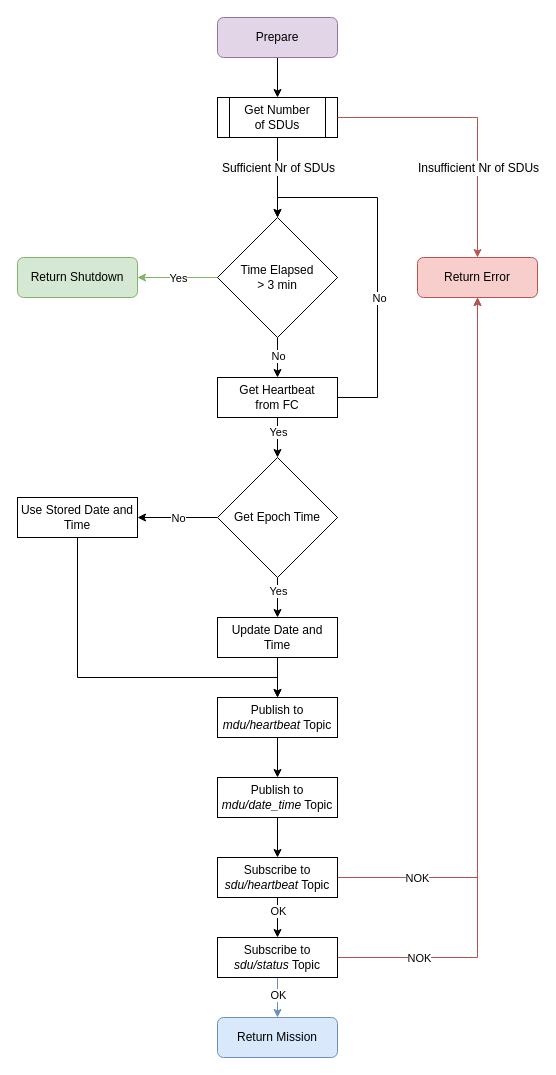
Earlier version of the draw.io diagram page "SDU_PREPARE" (7 of 10) of MESCC/2nd_year/2nd_semester/system_diagram.drawio (carlosrijo9/ISEP). Source tidied: cells renumbered, new cells numbered last; positions are measured from the earlier drawing's top-left corner, leaving out a move shared by most shapes. Both pictures are drawn from the tidied source at 100%, with x=0, y=0 at pixel (17, 17).
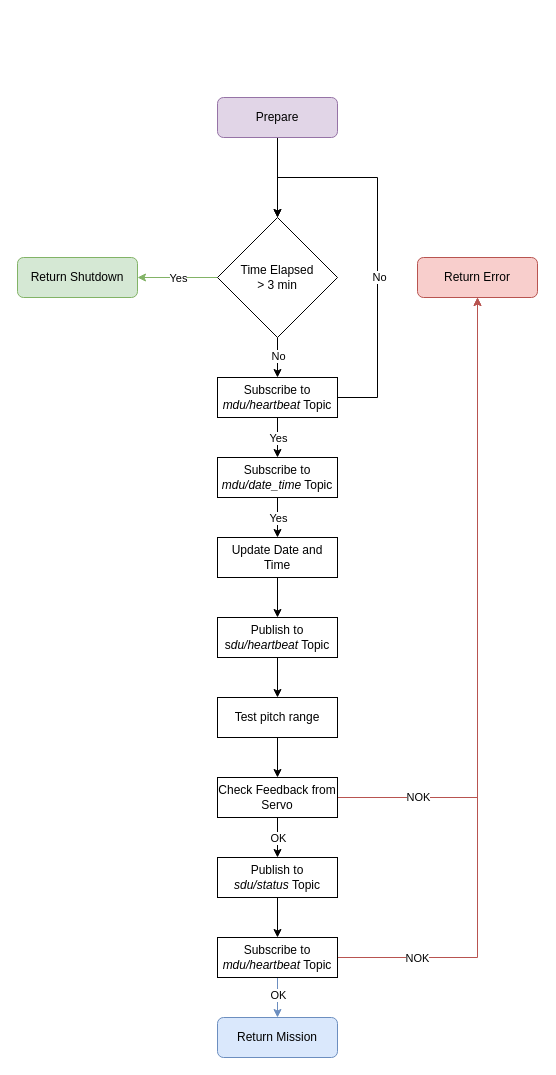
The same page after the edit.

Unchanged cells that the change refers to:
```xml
<mxCell id="4" style="edgeStyle=orthogonalEdgeStyle;rounded=0;jettySize=auto;html=1;exitX=1;exitY=0.5;exitDx=0;exitDy=0;entryX=0.5;entryY=1;entryDx=0;entryDy=0;fillColor=#f8cecc;strokeColor=#b85450;" parent="1" edge="1" source="43" target="35">
  <mxGeometry relative="1" as="geometry" />
</mxCell>
<mxCell id="15" value="&lt;div&gt;Time Elapsed&lt;/div&gt;&lt;div&gt;&amp;gt; 3 min&lt;/div&gt;" style="rhombus;whiteSpace=wrap;html=1;" parent="1" vertex="1">
  <mxGeometry x="200" y="200" width="120" height="120" as="geometry" />
</mxCell>
<mxCell id="35" value="Return Error" style="rounded=1;whiteSpace=wrap;html=1;fillColor=#f8cecc;strokeColor=#b85450;" parent="1" vertex="1">
  <mxGeometry x="400" y="240" width="120" height="40" as="geometry" />
</mxCell>
<mxCell id="36" value="Return Mission" style="rounded=1;whiteSpace=wrap;html=1;fillColor=#dae8fc;strokeColor=#6c8ebf;" parent="1" vertex="1">
  <mxGeometry x="200" y="1000" width="120" height="40" as="geometry" />
</mxCell>
```

The edit, as a diff of the source:
```diff
@@
-    <mxCell id="2" style="edgeStyle=orthogonalEdgeStyle;rounded=0;jettySize=auto;html=1;exitX=1;exitY=0.5;exitDx=0;exitDy=0;entryX=0.5;entryY=1;entryDx=0;entryDy=0;fillColor=#f8cecc;strokeColor=#b85450;" parent="1" edge="1" source="44" target="35">
-      <mxGeometry relative="1" as="geometry" />
-    </mxCell>
-    <mxCell id="3" value="NOK" style="edgeLabel;html=1;align=center;verticalAlign=middle;" parent="2" vertex="1">
-      <mxGeometry x="-0.86" y="-2" relative="1" as="geometry">
-        <mxPoint x="25" y="-2" as="offset" />
-      </mxGeometry>
-    </mxCell>
@@
     <mxCell id="5" value="NOK" style="edgeLabel;html=1;align=center;verticalAlign=middle;" parent="4" vertex="1">
       <mxGeometry x="-0.84" y="1" relative="1" as="geometry">
-        <mxPoint x="21" y="1" as="offset" />
+        <mxPoint x="15" y="1" as="offset" />
       </mxGeometry>
     </mxCell>
     <mxCell id="6" style="edgeStyle=orthogonalEdgeStyle;rounded=0;jettySize=auto;html=1;entryX=0.5;entryY=0;entryDx=0;entryDy=0;exitX=1;exitY=0.5;exitDx=0;exitDy=0;" parent="1" edge="1" source="45" target="15">
       <mxGeometry relative="1" as="geometry">
         <Array as="points">
           <mxPoint x="360" y="380" />
-          <mxPoint x="360" y="180" />
-          <mxPoint x="260" y="180" />
+          <mxPoint x="360" y="160" />
+          <mxPoint x="260" y="160" />
         </Array>
       </mxGeometry>
     </mxCell>
@@
-    <mxCell id="9" style="edgeStyle=orthogonalEdgeStyle;rounded=0;jettySize=auto;html=1;exitX=0.5;exitY=1;exitDx=0;exitDy=0;" parent="1" edge="1" source="45" target="20">
-      <mxGeometry relative="1" as="geometry" />
+    <mxCell id="9" style="edgeStyle=orthogonalEdgeStyle;rounded=0;jettySize=auto;html=1;exitX=0.5;exitY=1;exitDx=0;exitDy=0;entryX=0.5;entryY=0;entryDx=0;entryDy=0;" parent="1" edge="1" source="45" target="46">
+      <mxGeometry relative="1" as="geometry">
+        <Array as="points">
+          <mxPoint x="260" y="440" />
+          <mxPoint x="260" y="440" />
+        </Array>
+      </mxGeometry>
     </mxCell>
     <mxCell id="10" value="Yes" style="edgeLabel;html=1;align=center;verticalAlign=middle;" parent="9" vertex="1">
       <mxGeometry x="-0.45" y="1" relative="1" as="geometry">
-        <mxPoint x="-1" y="3" as="offset" />
+        <mxPoint x="-1" y="9" as="offset" />
       </mxGeometry>
     </mxCell>
@@
-    <mxCell id="16" style="edgeStyle=orthogonalEdgeStyle;rounded=0;jettySize=auto;html=1;entryX=0.5;entryY=0;entryDx=0;entryDy=0;" parent="1" edge="1" source="20" target="24">
+    <mxCell id="16" style="edgeStyle=orthogonalEdgeStyle;rounded=0;jettySize=auto;html=1;entryX=0.5;entryY=0;entryDx=0;entryDy=0;exitX=0.5;exitY=1;exitDx=0;exitDy=0;" parent="1" edge="1" source="46" target="24">
       <mxGeometry relative="1" as="geometry" />
     </mxCell>
     <mxCell id="17" value="Yes" style="edgeLabel;html=1;align=center;verticalAlign=middle;" parent="16" vertex="1">
-      <mxGeometry x="-0.35" relative="1" as="geometry" />
+      <mxGeometry x="-0.35" relative="1" as="geometry">
+        <mxPoint y="7" as="offset" />
+      </mxGeometry>
     </mxCell>
-    <mxCell id="18" style="edgeStyle=orthogonalEdgeStyle;rounded=0;jettySize=auto;html=1;" parent="1" edge="1" source="20" target="22">
-      <mxGeometry relative="1" as="geometry" />
-    </mxCell>
-    <mxCell id="19" value="No" style="edgeLabel;html=1;align=center;verticalAlign=middle;" parent="18" vertex="1">
-      <mxGeometry x="0.01" y="1" relative="1" as="geometry">
-        <mxPoint y="-1" as="offset" />
-      </mxGeometry>
-    </mxCell>
-    <mxCell id="20" value="Get Epoch Time" style="rhombus;whiteSpace=wrap;html=1;" parent="1" vertex="1">
-      <mxGeometry x="200" y="440" width="120" height="120" as="geometry" />
-    </mxCell>
-    <mxCell id="21" style="edgeStyle=orthogonalEdgeStyle;rounded=0;jettySize=auto;html=1;exitX=0.5;exitY=1;exitDx=0;exitDy=0;entryX=0.5;entryY=0;entryDx=0;entryDy=0;" parent="1" edge="1" source="22" target="40">
-      <mxGeometry relative="1" as="geometry">
-        <Array as="points">
-          <mxPoint x="60" y="660" />
-          <mxPoint x="260" y="660" />
-        </Array>
-      </mxGeometry>
-    </mxCell>
-    <mxCell id="22" value="Use Stored Date and Time" style="whiteSpace=wrap;html=1;" parent="1" vertex="1">
-      <mxGeometry y="480" width="120" height="40" as="geometry" />
-    </mxCell>
@@
     <mxCell id="24" value="Update Date and Time" style="whiteSpace=wrap;html=1;" parent="1" vertex="1">
-      <mxGeometry x="200" y="600" width="120" height="40" as="geometry" />
+      <mxGeometry x="200" y="520" width="120" height="40" as="geometry" />
     </mxCell>
-    <mxCell id="25" style="edgeStyle=orthogonalEdgeStyle;rounded=0;jettySize=auto;html=1;exitX=0.5;exitY=1;exitDx=0;exitDy=0;" parent="1" edge="1" source="27" target="15">
-      <mxGeometry relative="1" as="geometry" />
-    </mxCell>
-    <mxCell id="26" value="&lt;div style=&quot;border-color: var(--border-color); font-size: 12px; background-color: rgb(251, 251, 251);&quot;&gt;Sufficient Nr of SDUs&lt;br&gt;&lt;/div&gt;" style="edgeLabel;html=1;align=center;verticalAlign=middle;" parent="25" vertex="1">
-      <mxGeometry x="-0.58" y="-1" relative="1" as="geometry">
-        <mxPoint x="1" y="13" as="offset" />
-      </mxGeometry>
-    </mxCell>
-    <mxCell id="27" value="&lt;div&gt;Get Number&lt;/div&gt;&lt;div&gt;of SDUs&lt;/div&gt;" style="shape=process;whiteSpace=wrap;html=1;backgroundOutline=1;" parent="1" vertex="1">
-      <mxGeometry x="200" y="80" width="120" height="40" as="geometry" />
-    </mxCell>
-    <mxCell id="28" style="edgeStyle=orthogonalEdgeStyle;rounded=0;jettySize=auto;html=1;entryX=0.5;entryY=0;entryDx=0;entryDy=0;exitX=1;exitY=0.5;exitDx=0;exitDy=0;fillColor=#f8cecc;strokeColor=#b85450;" parent="1" edge="1" source="27" target="35">
-      <mxGeometry relative="1" as="geometry" />
-    </mxCell>
-    <mxCell id="29" value="&lt;div style=&quot;border-color: var(--border-color); font-size: 12px; background-color: rgb(251, 251, 251);&quot;&gt;Insufficient Nr of SDUs&lt;br&gt;&lt;/div&gt;" style="edgeLabel;html=1;align=center;verticalAlign=middle;" parent="28" vertex="1">
-      <mxGeometry x="-0.39" y="-3" relative="1" as="geometry">
-        <mxPoint x="55" y="47" as="offset" />
-      </mxGeometry>
-    </mxCell>
-    <mxCell id="30" style="edgeStyle=orthogonalEdgeStyle;rounded=0;jettySize=auto;html=1;exitX=0.5;exitY=1;exitDx=0;exitDy=0;fillColor=#dae8fc;strokeColor=#6c8ebf;" parent="1" edge="1" source="44" target="36">
+    <mxCell id="30" style="edgeStyle=orthogonalEdgeStyle;rounded=0;jettySize=auto;html=1;exitX=0.5;exitY=1;exitDx=0;exitDy=0;fillColor=#dae8fc;strokeColor=#6c8ebf;" parent="1" edge="1" source="43" target="36">
       <mxGeometry relative="1" as="geometry" />
     </mxCell>
@@
-    <mxCell id="32" style="edgeStyle=orthogonalEdgeStyle;rounded=0;jettySize=auto;html=1;" parent="1" edge="1" source="33" target="27">
+    <mxCell id="32" style="edgeStyle=orthogonalEdgeStyle;rounded=0;jettySize=auto;html=1;entryX=0.5;entryY=0;entryDx=0;entryDy=0;" parent="1" edge="1" source="33" target="15">
       <mxGeometry relative="1" as="geometry" />
     </mxCell>
     <mxCell id="33" value="Prepare" style="rounded=1;whiteSpace=wrap;html=1;fillColor=#e1d5e7;strokeColor=#9673a6;" parent="1" vertex="1">
-      <mxGeometry x="200" width="120" height="40" as="geometry" />
+      <mxGeometry x="200" y="80" width="120" height="40" as="geometry" />
     </mxCell>
@@
-    <mxCell id="38" value="Publish to &lt;i&gt;mdu/date_time&lt;/i&gt; Topic" style="rounded=0;whiteSpace=wrap;html=1;" parent="1" vertex="1">
-      <mxGeometry x="200" y="760" width="120" height="40" as="geometry" />
+    <mxCell id="38" value="Publish to &lt;i&gt;sdu/status&lt;/i&gt;&amp;nbsp;Topic" style="rounded=0;whiteSpace=wrap;html=1;" parent="1" vertex="1">
+      <mxGeometry x="200" y="840" width="120" height="40" as="geometry" />
     </mxCell>
-    <mxCell id="39" style="edgeStyle=orthogonalEdgeStyle;rounded=0;jettySize=auto;html=1;" parent="1" edge="1" source="40" target="38">
+    <mxCell id="39" style="edgeStyle=orthogonalEdgeStyle;rounded=0;jettySize=auto;html=1;entryX=0.5;entryY=0;entryDx=0;entryDy=0;" parent="1" edge="1" source="40" target="47">
       <mxGeometry relative="1" as="geometry" />
     </mxCell>
-    <mxCell id="40" value="Publish to &lt;i&gt;mdu/heartbeat&lt;/i&gt; Topic" style="rounded=0;whiteSpace=wrap;html=1;" parent="1" vertex="1">
-      <mxGeometry x="200" y="680" width="120" height="40" as="geometry" />
+    <mxCell id="40" value="Publish to s&lt;i&gt;du/heartbeat&lt;/i&gt; Topic" style="rounded=0;whiteSpace=wrap;html=1;" parent="1" vertex="1">
+      <mxGeometry x="200" y="600" width="120" height="40" as="geometry" />
     </mxCell>
-    <mxCell id="41" style="edgeStyle=orthogonalEdgeStyle;rounded=0;jettySize=auto;html=1;" parent="1" edge="1" source="43" target="44">
-      <mxGeometry relative="1" as="geometry" />
-    </mxCell>
+    <mxCell id="43" value="&lt;div style=&quot;border-color: var(--border-color);&quot;&gt;Subscribe to&lt;/div&gt;&lt;div style=&quot;border-color: var(--border-color);&quot;&gt;&lt;i style=&quot;border-color: var(--border-color);&quot;&gt;mdu/heartbeat&lt;/i&gt;&amp;nbsp;Topic&lt;/div&gt;" style="rounded=0;whiteSpace=wrap;html=1;" parent="1" vertex="1">
+      <mxGeometry x="200" y="920" width="120" height="40" as="geometry" />
+    </mxCell>
+    <mxCell id="45" value="&lt;div style=&quot;border-color: var(--border-color);&quot;&gt;Subscribe to&lt;/div&gt;&lt;div style=&quot;border-color: var(--border-color);&quot;&gt;&lt;i style=&quot;border-color: var(--border-color);&quot;&gt;mdu/heartbeat&lt;/i&gt;&amp;nbsp;Topic&lt;br&gt;&lt;/div&gt;" style="whiteSpace=wrap;html=1;" parent="1" vertex="1">
+      <mxGeometry x="200" y="360" width="120" height="40" as="geometry" />
+    </mxCell>
+    <mxCell id="46" value="Subscribe to &lt;i&gt;mdu/date_time&lt;/i&gt; Topic" style="rounded=0;whiteSpace=wrap;html=1;" parent="1" vertex="1">
+      <mxGeometry x="200" y="440" width="120" height="40" as="geometry" />
+    </mxCell>
+    <mxCell id="47" value="Test pitch range" style="rounded=0;whiteSpace=wrap;html=1;" parent="1" vertex="1">
+      <mxGeometry x="200" y="680" width="120" height="40" as="geometry" />
+    </mxCell>
+    <mxCell id="48" style="edgeStyle=orthogonalEdgeStyle;rounded=0;jettySize=auto;html=1;exitX=0.5;exitY=1;exitDx=0;exitDy=0;entryX=0.5;entryY=0;entryDx=0;entryDy=0;" parent="1" edge="1" source="47" target="51">
+      <mxGeometry relative="1" as="geometry" />
+    </mxCell>
+    <mxCell id="49" style="edgeStyle=orthogonalEdgeStyle;rounded=0;jettySize=auto;html=1;" parent="1" edge="1" source="51" target="38">
+      <mxGeometry relative="1" as="geometry" />
+    </mxCell>
-    <mxCell id="42" value="OK" style="edgeLabel;html=1;align=center;verticalAlign=middle;" parent="41" vertex="1">
-      <mxGeometry x="-0.33" relative="1" as="geometry" />
+    <mxCell id="42" value="OK" style="edgeLabel;html=1;align=center;verticalAlign=middle;" parent="49" vertex="1">
+      <mxGeometry x="-0.31" y="2" relative="1" as="geometry">
+        <mxPoint x="-2" y="6" as="offset" />
+      </mxGeometry>
     </mxCell>
-    <mxCell id="43" value="Subscribe to &lt;i&gt;sdu/heartbeat&lt;/i&gt; Topic" style="rounded=0;whiteSpace=wrap;html=1;" parent="1" vertex="1">
-      <mxGeometry x="200" y="840" width="120" height="40" as="geometry" />
-    </mxCell>
-    <mxCell id="44" value="Subscribe to &lt;i&gt;sdu/status&lt;/i&gt; Topic" style="rounded=0;whiteSpace=wrap;html=1;" parent="1" vertex="1">
-      <mxGeometry x="200" y="920" width="120" height="40" as="geometry" />
-    </mxCell>
-    <mxCell id="45" value="&lt;div style=&quot;border-color: var(--border-color);&quot;&gt;Get&amp;nbsp;Heartbeat&lt;/div&gt;&lt;div style=&quot;border-color: var(--border-color);&quot;&gt;&lt;span style=&quot;border-color: var(--border-color); background-color: initial;&quot;&gt;from FC&lt;/span&gt;&lt;/div&gt;" style="whiteSpace=wrap;html=1;" parent="1" vertex="1">
-      <mxGeometry x="200" y="360" width="120" height="40" as="geometry" />
-    </mxCell>
+    <mxCell id="50" style="edgeStyle=orthogonalEdgeStyle;rounded=0;jettySize=auto;html=1;exitX=1;exitY=0.5;exitDx=0;exitDy=0;entryX=0.5;entryY=1;entryDx=0;entryDy=0;fillColor=#f8cecc;strokeColor=#b85450;" parent="1" edge="1" source="51" target="35">
+      <mxGeometry relative="1" as="geometry" />
+    </mxCell>
+    <mxCell id="3" value="NOK" style="edgeLabel;html=1;align=center;verticalAlign=middle;" parent="50" vertex="1">
+      <mxGeometry x="-0.75" y="1" relative="1" as="geometry" />
+    </mxCell>
+    <mxCell id="51" value="Check Feedback from Servo" style="rounded=0;whiteSpace=wrap;html=1;" parent="1" vertex="1">
+      <mxGeometry x="200" y="760" width="120" height="40" as="geometry" />
+    </mxCell>
```
